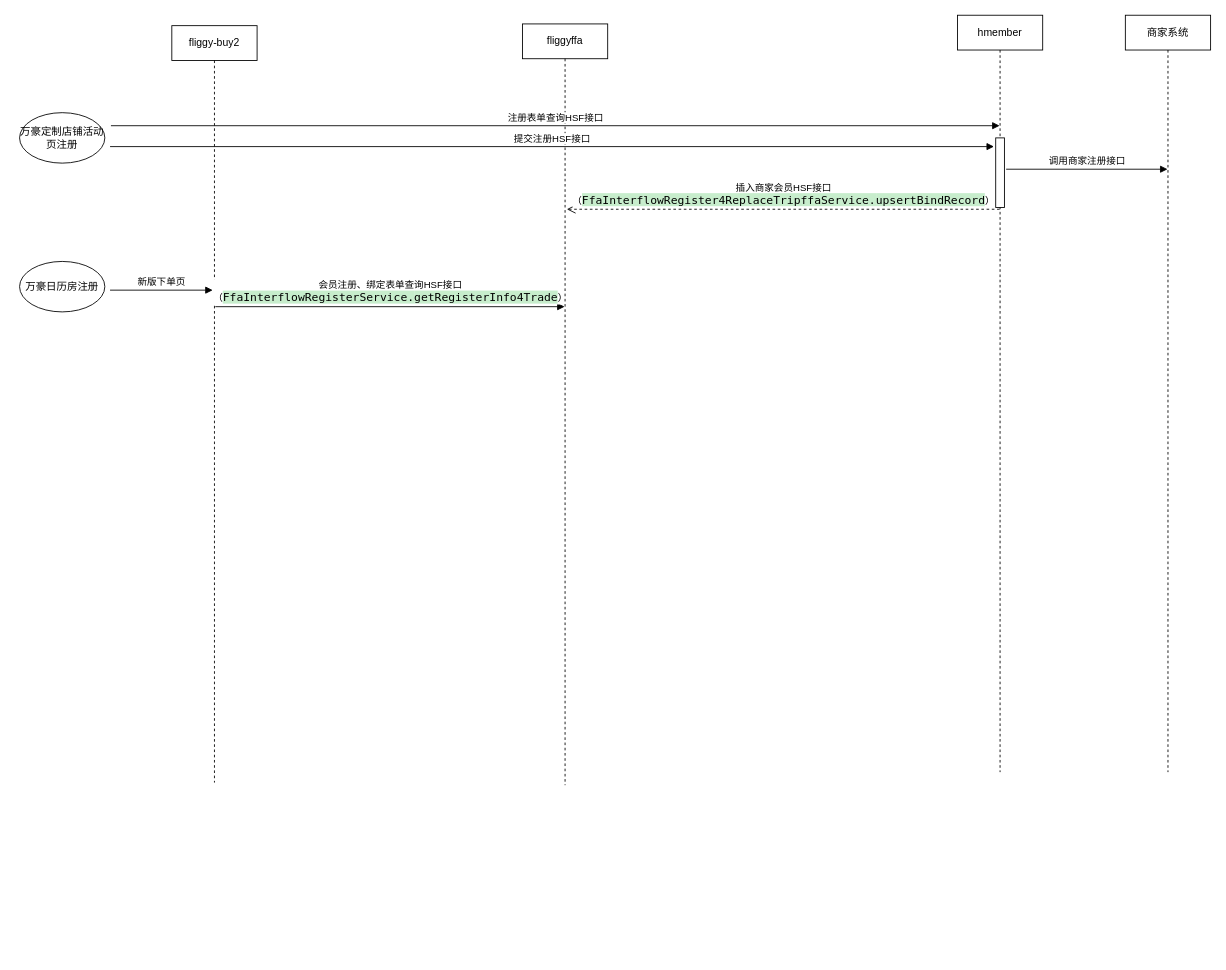
The draw.io diagram page "万豪注册流程" (6 of 7) of 会员接口时序.drawio in renqiuming/drawio, before the edit. Source tidied: cells renumbered, new cells numbered last; positions are measured from the earlier drawing's top-left corner, leaving out a move shared by most shapes. Both pictures are drawn from the tidied source at 87%, with x=0, y=0 at pixel (19, 15).
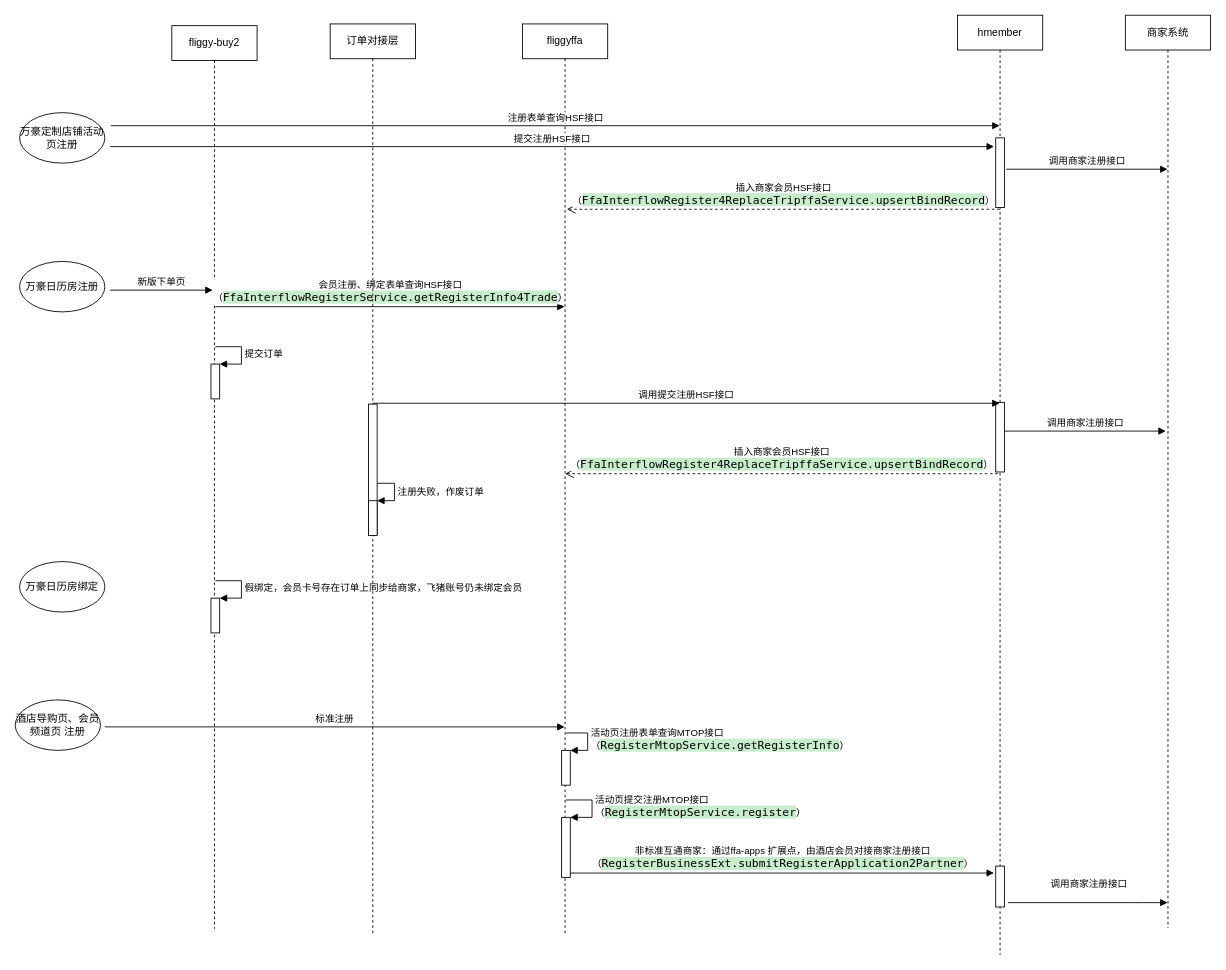
The same diagram, later.

Commit message (it also covers changes not shown here):
更新会员接口时序.drawio

What changed in the source:
```diff
@@
     <mxCell id="2" value="fliggy-buy2" style="shape=umlLifeline;perimeter=lifelinePerimeter;whiteSpace=wrap;html=1;" parent="1" vertex="1">
-      <mxGeometry x="175" y="12" width="98" height="870" as="geometry" />
+      <mxGeometry x="175" y="12" width="98" height="1038" as="geometry" />
     </mxCell>
@@
+    <mxCell id="15" style="html=1;points=[];perimeter=orthogonalPerimeter;" parent="2" vertex="1">
+      <mxGeometry x="45" y="389" width="10" height="40" as="geometry" />
+    </mxCell>
+    <mxCell id="16" value="提交订单" style="edgeStyle=orthogonalEdgeStyle;html=1;align=left;spacingLeft=2;endArrow=block;rounded=0;entryX=1;entryY=0;" parent="2" edge="1" target="15">
+      <mxGeometry relative="1" as="geometry">
+        <mxPoint x="50" y="369" as="sourcePoint" />
+        <Array as="points">
+          <mxPoint x="80" y="369" />
+        </Array>
+      </mxGeometry>
+    </mxCell>
+    <mxCell id="17" style="html=1;points=[];perimeter=orthogonalPerimeter;" parent="2" vertex="1">
+      <mxGeometry x="45" y="658" width="10" height="40" as="geometry" />
+    </mxCell>
+    <mxCell id="18" value="假绑定，会员卡号存在订单上同步给商家，飞猪账号仍未绑定会员" style="edgeStyle=orthogonalEdgeStyle;html=1;align=left;spacingLeft=2;endArrow=block;rounded=0;entryX=1;entryY=0;" parent="2" edge="1" target="17">
+      <mxGeometry relative="1" as="geometry">
+        <mxPoint x="50" y="638" as="sourcePoint" />
+        <Array as="points">
+          <mxPoint x="80" y="638" />
+        </Array>
+      </mxGeometry>
+    </mxCell>
     <mxCell id="4" value="fliggyffa" style="shape=umlLifeline;perimeter=lifelinePerimeter;whiteSpace=wrap;html=1;outlineConnect=0;" parent="1" vertex="1">
-      <mxGeometry x="578" y="10" width="98" height="875" as="geometry" />
+      <mxGeometry x="578" y="10" width="98" height="1048" as="geometry" />
     </mxCell>
@@
+    <mxCell id="19" style="html=1;points=[];perimeter=orthogonalPerimeter;" parent="4" vertex="1">
+      <mxGeometry x="45" y="835" width="10" height="40" as="geometry" />
+    </mxCell>
+    <mxCell id="20" value="&lt;span style=&quot;font-family: &amp;#34;helvetica&amp;#34;&quot;&gt;活动页注册表单查询MTOP接口&lt;/span&gt;&lt;br style=&quot;background-color: rgb(248 , 249 , 250) ; font-family: &amp;#34;helvetica&amp;#34;&quot;&gt;&lt;span style=&quot;font-family: &amp;#34;helvetica&amp;#34;&quot;&gt;（&lt;/span&gt;&lt;span style=&quot;background-color: rgb(199 , 237 , 204) ; font-family: &amp;#34;menlo&amp;#34; ; font-size: 9.8pt&quot;&gt;RegisterMtopService&lt;/span&gt;&lt;span style=&quot;background-color: rgb(199 , 237 , 204) ; font-family: &amp;#34;menlo&amp;#34; ; font-size: 9.8pt&quot;&gt;.&lt;/span&gt;&lt;span style=&quot;background-color: rgb(199 , 237 , 204) ; font-family: &amp;#34;menlo&amp;#34; ; font-size: 9.8pt&quot;&gt;getRegisterInfo&lt;/span&gt;&lt;span style=&quot;font-family: &amp;#34;helvetica&amp;#34;&quot;&gt;）&lt;/span&gt;" style="edgeStyle=orthogonalEdgeStyle;html=1;align=left;spacingLeft=2;endArrow=block;rounded=0;entryX=1;entryY=0;" parent="4" edge="1" target="19">
+      <mxGeometry relative="1" as="geometry">
+        <mxPoint x="50" y="815" as="sourcePoint" />
+        <Array as="points">
+          <mxPoint x="75" y="815" />
+        </Array>
+      </mxGeometry>
+    </mxCell>
+    <mxCell id="21" style="html=1;points=[];perimeter=orthogonalPerimeter;" parent="4" vertex="1">
+      <mxGeometry x="45" y="912" width="10" height="69" as="geometry" />
+    </mxCell>
+    <mxCell id="22" value="活动页提交注册MTOP接口&lt;br&gt;（&lt;span style=&quot;font-family: &amp;#34;menlo&amp;#34; ; font-size: 13.0667px ; background-color: rgb(199 , 237 , 204)&quot;&gt;RegisterMtopService.&lt;/span&gt;&lt;span style=&quot;background-color: rgb(199 , 237 , 204) ; font-family: &amp;#34;menlo&amp;#34; ; font-size: 9.8pt&quot;&gt;register&lt;/span&gt;）" style="edgeStyle=orthogonalEdgeStyle;html=1;align=left;spacingLeft=2;endArrow=block;rounded=0;entryX=1;entryY=0;" parent="4" edge="1" target="21">
+      <mxGeometry relative="1" as="geometry">
+        <mxPoint x="50" y="892" as="sourcePoint" />
+        <Array as="points">
+          <mxPoint x="80" y="892" />
+        </Array>
+      </mxGeometry>
+    </mxCell>
     <mxCell id="6" value="商家系统" style="shape=umlLifeline;perimeter=lifelinePerimeter;whiteSpace=wrap;html=1;outlineConnect=0;" parent="1" vertex="1">
-      <mxGeometry x="1271" width="98" height="870" as="geometry" />
+      <mxGeometry x="1271" width="98" height="1049" as="geometry" />
     </mxCell>
     <mxCell id="7" value="hmember" style="shape=umlLifeline;perimeter=lifelinePerimeter;whiteSpace=wrap;html=1;outlineConnect=0;" parent="1" vertex="1">
-      <mxGeometry x="1078" width="98" height="870" as="geometry" />
+      <mxGeometry x="1078" width="98" height="1080" as="geometry" />
     </mxCell>
@@
+    <mxCell id="23" style="html=1;perimeter=orthogonalPerimeter;" parent="7" vertex="1">
+      <mxGeometry x="44" y="445" width="10" height="80" as="geometry" />
+    </mxCell>
+    <mxCell id="24" style="html=1;perimeter=orthogonalPerimeter;" parent="7" vertex="1">
+      <mxGeometry x="44" y="978" width="10" height="47" as="geometry" />
+    </mxCell>
@@
+    <mxCell id="25" value="订单对接层" style="shape=umlLifeline;perimeter=lifelinePerimeter;whiteSpace=wrap;html=1;" parent="1" vertex="1">
+      <mxGeometry x="357" y="10" width="98" height="1046" as="geometry" />
+    </mxCell>
+    <mxCell id="26" value="调用提交注册HSF接口" style="html=1;verticalAlign=bottom;endArrow=block;" parent="25" edge="1" target="7">
+      <mxGeometry relative="1" as="geometry">
+        <mxPoint x="49" y="436" as="sourcePoint" />
+      </mxGeometry>
+    </mxCell>
+    <mxCell id="27" style="html=1;perimeter=orthogonalPerimeter;" parent="25" vertex="1">
+      <mxGeometry x="44" y="437" width="10" height="150" as="geometry" />
+    </mxCell>
+    <mxCell id="28" style="html=1;points=[];perimeter=orthogonalPerimeter;" parent="25" vertex="1">
+      <mxGeometry x="44" y="548" width="10" height="40" as="geometry" />
+    </mxCell>
+    <mxCell id="29" value="注册失败，作废订单" style="edgeStyle=orthogonalEdgeStyle;html=1;align=left;spacingLeft=2;endArrow=block;rounded=0;entryX=1;entryY=0;" parent="25" edge="1" target="28">
+      <mxGeometry relative="1" as="geometry">
+        <mxPoint x="54" y="528" as="sourcePoint" />
+        <Array as="points">
+          <mxPoint x="74" y="528" />
+        </Array>
+      </mxGeometry>
+    </mxCell>
+    <mxCell id="30" value="插入商家会员HSF接口&lt;br&gt;（&lt;span style=&quot;background-color: rgb(199 , 237 , 204) ; font-family: &amp;#34;menlo&amp;#34; ; font-size: 9.8pt&quot;&gt;FfaInterflowRegister4ReplaceTripffaService.&lt;/span&gt;&lt;span style=&quot;background-color: rgb(199 , 237 , 204) ; font-family: &amp;#34;menlo&amp;#34; ; font-size: 9.8pt&quot;&gt;upsertBindRecord&lt;/span&gt;）" style="html=1;verticalAlign=bottom;endArrow=open;dashed=1;endSize=8;" parent="1" edge="1">
+      <mxGeometry relative="1" as="geometry">
+        <mxPoint x="1124.5" y="527" as="sourcePoint" />
+        <mxPoint x="627" y="527" as="targetPoint" />
+      </mxGeometry>
+    </mxCell>
+    <mxCell id="31" value="调用商家注册接口" style="html=1;verticalAlign=bottom;endArrow=block;" parent="1" edge="1">
+      <mxGeometry relative="1" as="geometry">
+        <mxPoint x="1132" y="478" as="sourcePoint" />
+        <mxPoint x="1317.5" y="478" as="targetPoint" />
+      </mxGeometry>
+    </mxCell>
+    <mxCell id="32" value="万豪日历房绑定" style="ellipse;whiteSpace=wrap;html=1;" parent="1" vertex="1">
+      <mxGeometry y="628" width="98" height="58" as="geometry" />
+    </mxCell>
+    <mxCell id="33" value="酒店导购页、会员频道页 注册" style="ellipse;whiteSpace=wrap;html=1;" parent="1" vertex="1">
+      <mxGeometry x="-5" y="787" width="98" height="58" as="geometry" />
+    </mxCell>
+    <mxCell id="34" value="标准注册" style="html=1;verticalAlign=bottom;endArrow=block;" parent="1" edge="1" target="4">
+      <mxGeometry relative="1" as="geometry">
+        <mxPoint x="98" y="818" as="sourcePoint" />
+      </mxGeometry>
+    </mxCell>
+    <mxCell id="35" value="非标准互通商家：通过ffa-apps 扩展点，由酒店会员对接商家注册接口&lt;br&gt;（&lt;span style=&quot;background-color: rgb(199 , 237 , 204) ; font-family: &amp;#34;menlo&amp;#34; ; font-size: 9.8pt&quot;&gt;RegisterBusinessExt.&lt;/span&gt;&lt;span style=&quot;background-color: rgb(199 , 237 , 204) ; font-family: &amp;#34;menlo&amp;#34; ; font-size: 9.8pt&quot;&gt;submitRegisterApplication2Partner&lt;/span&gt;）" style="html=1;verticalAlign=bottom;endArrow=block;" parent="1" edge="1">
+      <mxGeometry relative="1" as="geometry">
+        <mxPoint x="633" y="986" as="sourcePoint" />
+        <mxPoint x="1120" y="986" as="targetPoint" />
+      </mxGeometry>
+    </mxCell>
+    <mxCell id="36" value="调用商家注册接口" style="html=1;verticalAlign=bottom;endArrow=block;" parent="1" edge="1">
+      <mxGeometry x="0.01" y="12" relative="1" as="geometry">
+        <mxPoint x="1136" y="1020" as="sourcePoint" />
+        <mxPoint x="1319.5" y="1020" as="targetPoint" />
+        <Array as="points">
+          <mxPoint x="1292" y="1020" />
+        </Array>
+      </mxGeometry>
+    </mxCell>
```
